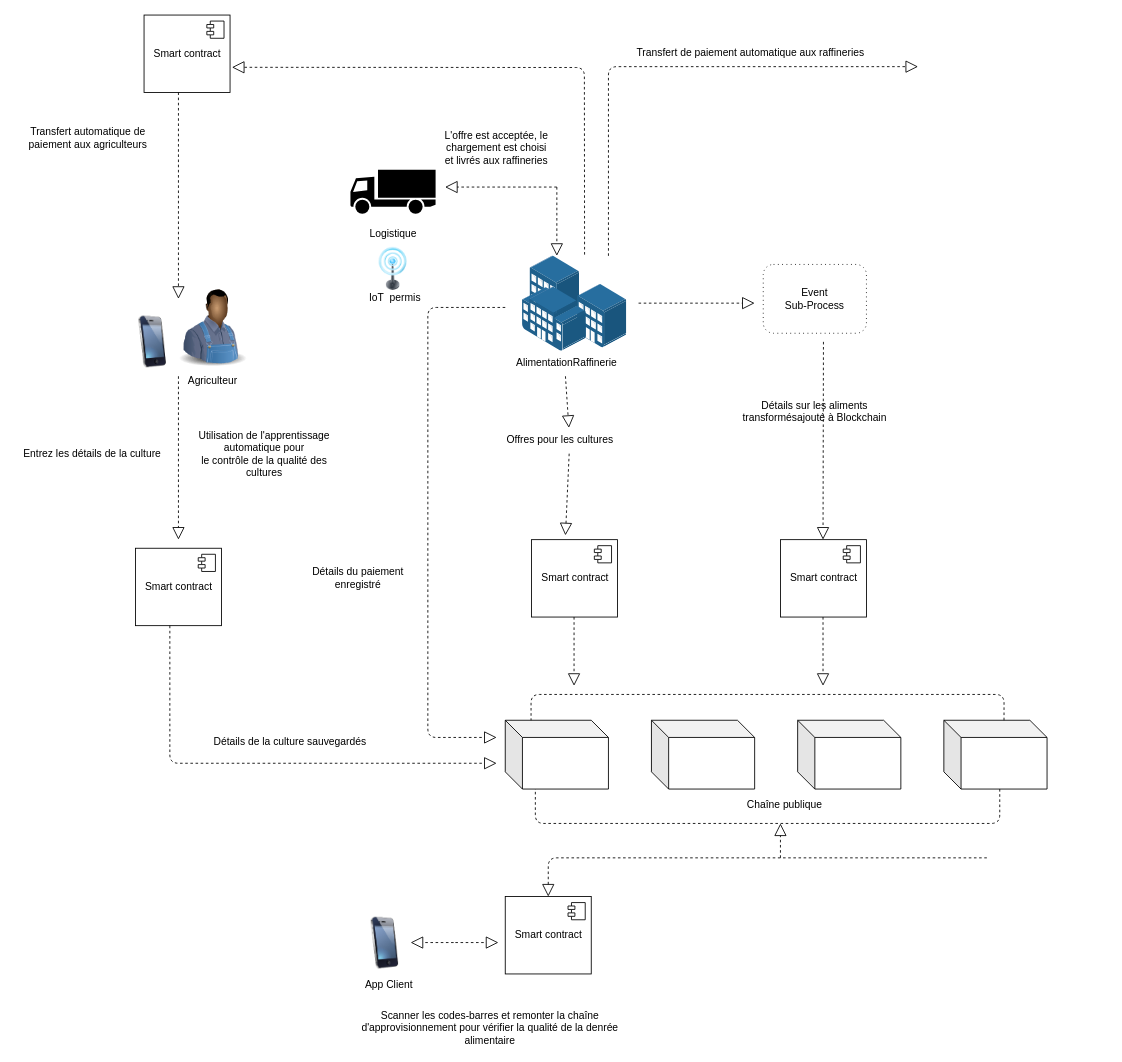
Earlier version of the draw.io diagram Untitled Diagram.drawio (loosker95/supply-chain-blockchain). Source tidied: cells renumbered, new cells numbered last; positions are measured from the earlier drawing's top-left corner, leaving out a move shared by most shapes. Both pictures are drawn from the tidied source at 86%, with x=0, y=0 at pixel (15, 15).
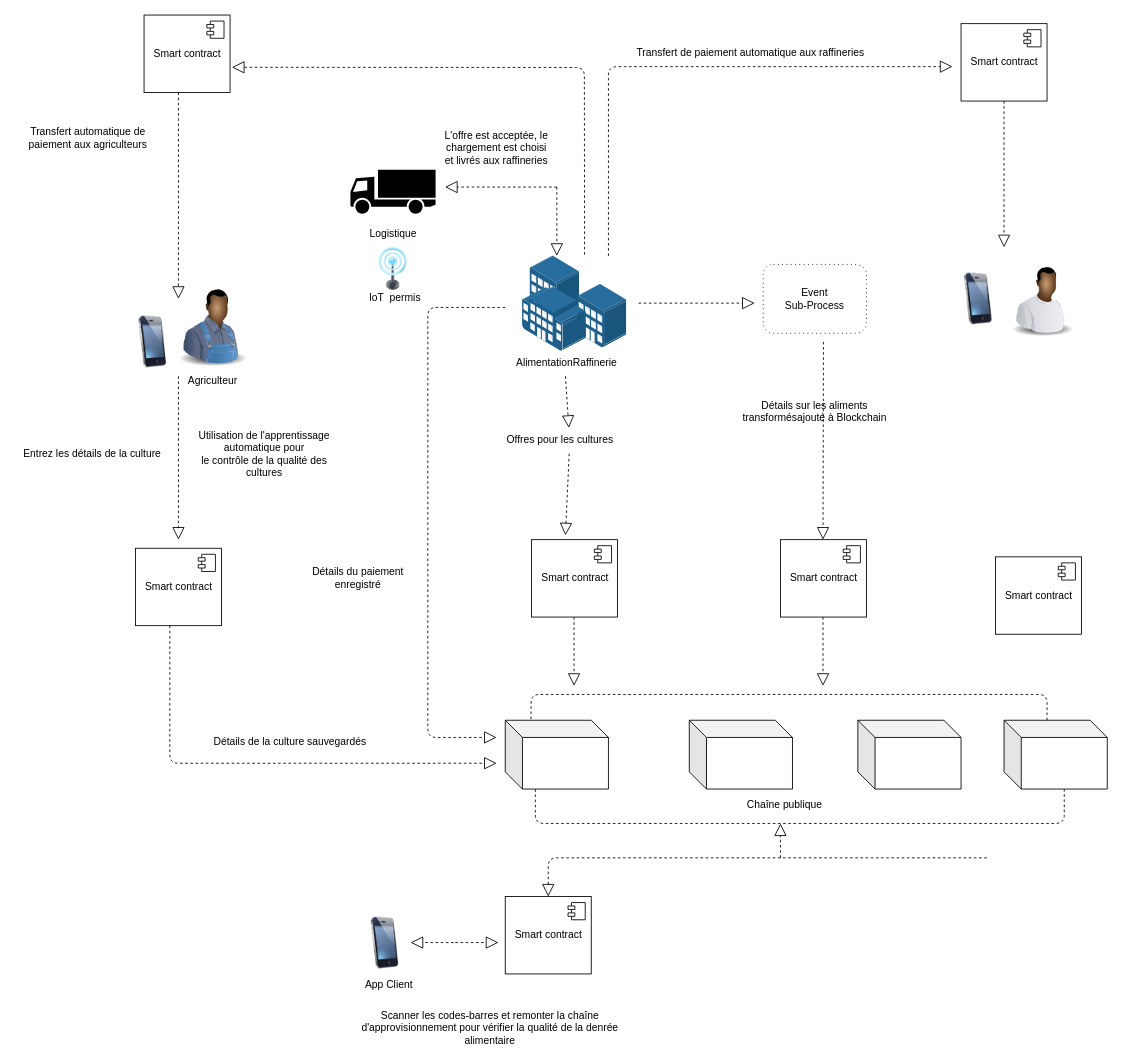
The same diagram, later.

The edit, as a diff of the source:
```diff
@@
     <mxCell id="20" style="shape=cube;whiteSpace=wrap;html=1;boundedLbl=1;backgroundOutline=1;darkOpacity=0.05;darkOpacity2=0.1;" parent="1" vertex="1">
-      <mxGeometry x="740" y="820" width="120" height="80" as="geometry" />
+      <mxGeometry x="784" y="820" width="120" height="80" as="geometry" />
     </mxCell>
     <mxCell id="21" style="shape=cube;whiteSpace=wrap;html=1;boundedLbl=1;backgroundOutline=1;darkOpacity=0.05;darkOpacity2=0.1;" parent="1" vertex="1">
-      <mxGeometry x="910" y="820" width="120" height="80" as="geometry" />
+      <mxGeometry x="980" y="820" width="120" height="80" as="geometry" />
     </mxCell>
     <mxCell id="22" style="shape=cube;whiteSpace=wrap;html=1;boundedLbl=1;backgroundOutline=1;darkOpacity=0.05;darkOpacity2=0.1;" parent="1" vertex="1">
-      <mxGeometry x="1080" y="820" width="120" height="80" as="geometry" />
+      <mxGeometry x="1150" y="820" width="120" height="80" as="geometry" />
     </mxCell>
@@
-    <mxCell id="29" style="endArrow=none;dashed=1;html=1;exitX=0;exitY=0;exitDx=70;exitDy=80;exitPerimeter=0;entryX=0.333;entryY=1;entryDx=0;entryDy=0;entryPerimeter=0;" parent="1" edge="1">
+    <mxCell id="29" style="endArrow=none;dashed=1;html=1;exitX=0;exitY=0;exitDx=70;exitDy=80;exitPerimeter=0;entryX=0.333;entryY=1;entryDx=0;entryDy=0;entryPerimeter=0;" parent="1" edge="1" source="22">
       <mxGeometry relative="1" as="geometry">
-        <mxPoint x="1145" y="900" as="sourcePoint" />
         <mxPoint x="605" y="900" as="targetPoint" />
         <Array as="points">
-          <mxPoint x="1145" y="940" />
+          <mxPoint x="1220" y="940" />
           <mxPoint x="605" y="940" />
         </Array>
       </mxGeometry>
     </mxCell>
-    <mxCell id="30" style="endArrow=none;dashed=1;html=1;exitX=0.583;exitY=0;exitDx=0;exitDy=0;exitPerimeter=0;" parent="1" edge="1" source="22">
+    <mxCell id="30" style="endArrow=none;dashed=1;html=1;exitX=0;exitY=0;exitDx=50;exitDy=0;exitPerimeter=0;" parent="1" edge="1" source="22">
       <mxGeometry relative="1" as="geometry">
         <mxPoint x="600" y="820" as="targetPoint" />
         <Array as="points">
-          <mxPoint x="1150" y="790" />
+          <mxPoint x="1200" y="790" />
           <mxPoint x="600" y="790" />
         </Array>
       </mxGeometry>
     </mxCell>
@@
     <mxCell id="56" style="endArrow=block;dashed=1;endFill=0;endSize=12;html=1;exitX=0.596;exitY=-0.013;exitDx=0;exitDy=0;exitPerimeter=0;" parent="1" edge="1">
       <mxGeometry relative="1" as="geometry">
         <mxPoint x="690" y="280" as="sourcePoint" />
-        <mxPoint x="1050" y="60" as="targetPoint" />
+        <mxPoint x="1090" y="60" as="targetPoint" />
         <Array as="points">
           <mxPoint x="690" y="60" />
         </Array>
       </mxGeometry>
     </mxCell>
@@
+    <mxCell id="59" value="Smart contract" style="html=1;" parent="1" vertex="1">
+      <mxGeometry x="1100" y="10" width="100" height="90" as="geometry" />
+    </mxCell>
+    <mxCell id="60" style="shape=component;jettyWidth=8;jettyHeight=4;" parent="59" vertex="1">
+      <mxGeometry x="1" width="20" height="20" relative="1" as="geometry">
+        <mxPoint x="-27" y="7" as="offset" />
+      </mxGeometry>
+    </mxCell>
+    <mxCell id="61" style="endArrow=block;dashed=1;endFill=0;endSize=12;html=1;fontStyle=1;" parent="1" edge="1">
+      <mxGeometry relative="1" as="geometry">
+        <mxPoint x="1150" y="100" as="sourcePoint" />
+        <mxPoint x="1150" y="270" as="targetPoint" />
+      </mxGeometry>
+    </mxCell>
+    <mxCell id="62" style="image;html=1;labelBackgroundColor=#ffffff;image=img/lib/clip_art/people/Worker_Black_128x128.png;" parent="1" vertex="1">
+      <mxGeometry x="1150" y="280" width="90" height="100" as="geometry" />
+    </mxCell>
+    <mxCell id="63" style="image;html=1;labelBackgroundColor=#ffffff;image=img/lib/clip_art/telecommunication/iPhone_128x128.png;" parent="1" vertex="1">
+      <mxGeometry x="1090" y="300" width="60" height="60" as="geometry" />
+    </mxCell>
+    <mxCell id="64" value="Smart contract" style="html=1;" parent="1" vertex="1">
+      <mxGeometry x="1140" y="630" width="100" height="90" as="geometry" />
+    </mxCell>
+    <mxCell id="65" style="shape=component;jettyWidth=8;jettyHeight=4;" parent="64" vertex="1">
+      <mxGeometry x="1" width="20" height="20" relative="1" as="geometry">
+        <mxPoint x="-27" y="7" as="offset" />
+      </mxGeometry>
+    </mxCell>
```
